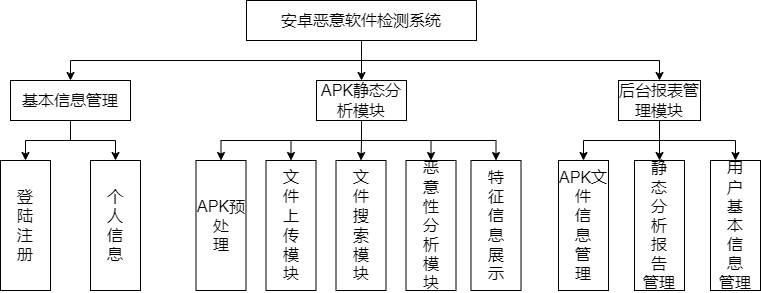
Earlier version of the draw.io export 系统功能结构图.png (sunray42/diagrams). Source tidied: cells renumbered, new cells last; positions are measured from the earlier drawing's top-left corner, leaving out a move shared by most shapes.
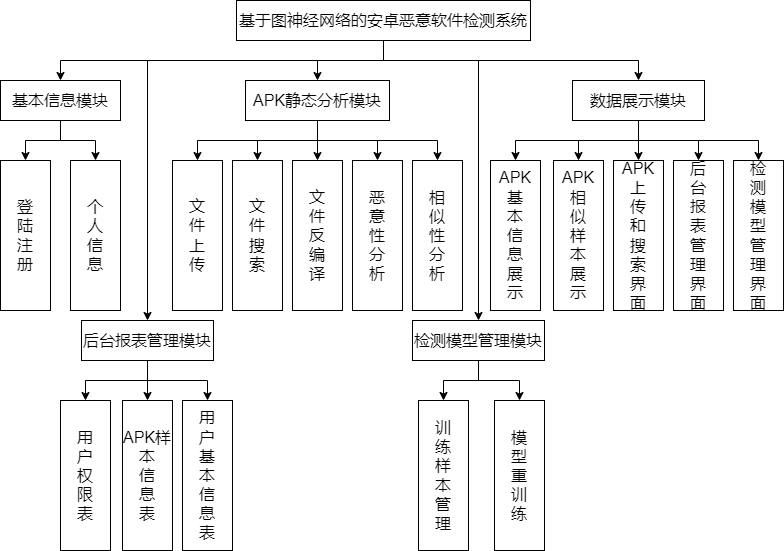
The same file after the commit.

Commit message:
更新系统功能结构图.png

Diff of the diagram source:
```diff
@@ -8,11 +8,27 @@
     <mxCell id="3" style="edgeStyle=orthogonalEdgeStyle;rounded=0;jettySize=auto;html=1;exitX=0.5;exitY=1;exitDx=0;exitDy=0;entryX=0.5;entryY=0;entryDx=0;entryDy=0;" parent="1" edge="1" source="5" target="14">
       <mxGeometry relative="1" as="geometry" />
     </mxCell>
+    <mxCell id="29" style="edgeStyle=orthogonalEdgeStyle;rounded=0;jettySize=auto;html=1;exitX=0.5;exitY=1;exitDx=0;exitDy=0;entryX=0.5;entryY=0;entryDx=0;entryDy=0;" parent="1" edge="1" source="5" target="41">
+      <mxGeometry relative="1" as="geometry" />
+    </mxCell>
+    <mxCell id="30" style="edgeStyle=orthogonalEdgeStyle;rounded=0;jettySize=auto;html=1;exitX=0.5;exitY=1;exitDx=0;exitDy=0;entryX=0.5;entryY=0;entryDx=0;entryDy=0;" parent="1" edge="1" source="5" target="33">
+      <mxGeometry relative="1" as="geometry">
+        <Array as="points">
+          <mxPoint x="393" y="60" />
+          <mxPoint x="488" y="60" />
+        </Array>
+      </mxGeometry>
+    </mxCell>
     <mxCell id="4" style="edgeStyle=orthogonalEdgeStyle;rounded=0;jettySize=auto;html=1;exitX=0.5;exitY=1;exitDx=0;exitDy=0;entryX=0.5;entryY=0;entryDx=0;entryDy=0;" parent="1" edge="1" source="5" target="18">
-      <mxGeometry relative="1" as="geometry" />
+      <mxGeometry relative="1" as="geometry">
+        <Array as="points">
+          <mxPoint x="393" y="60" />
+          <mxPoint x="157" y="60" />
+        </Array>
+      </mxGeometry>
     </mxCell>
-    <mxCell id="5" value="&lt;font style=&quot;font-size: 16px&quot;&gt;安卓恶意软件检测系统&lt;/font&gt;" style="rounded=0;whiteSpace=wrap;html=1;" parent="1" vertex="1">
-      <mxGeometry x="246" width="230" height="40" as="geometry" />
+    <mxCell id="5" value="&lt;font style=&quot;font-size: 16px&quot;&gt;基于图神经网络的安卓恶意软件检测系统&lt;/font&gt;" style="rounded=0;whiteSpace=wrap;html=1;" parent="1" vertex="1">
+      <mxGeometry x="246" width="294" height="40" as="geometry" />
     </mxCell>
     <mxCell id="6" style="edgeStyle=orthogonalEdgeStyle;rounded=0;jettySize=auto;html=1;exitX=0.5;exitY=1;exitDx=0;exitDy=0;entryX=0.5;entryY=0;entryDx=0;entryDy=0;" parent="1" edge="1" source="8" target="19">
       <mxGeometry relative="1" as="geometry" />
@@ -20,7 +36,7 @@
     <mxCell id="7" style="edgeStyle=orthogonalEdgeStyle;rounded=0;jettySize=auto;html=1;exitX=0.5;exitY=1;exitDx=0;exitDy=0;entryX=0.5;entryY=0;entryDx=0;entryDy=0;" parent="1" edge="1" source="8" target="20">
       <mxGeometry relative="1" as="geometry" />
     </mxCell>
-    <mxCell id="8" value="&lt;font style=&quot;font-size: 16px&quot;&gt;基本信息管理&lt;/font&gt;" style="rounded=0;whiteSpace=wrap;html=1;" parent="1" vertex="1">
+    <mxCell id="8" value="&lt;span style=&quot;font-size: 16px;&quot;&gt;基本信息模块&lt;/span&gt;" style="rounded=0;whiteSpace=wrap;html=1;" parent="1" vertex="1">
       <mxGeometry x="10" y="80" width="120" height="40" as="geometry" />
     </mxCell>
     <mxCell id="9" style="edgeStyle=orthogonalEdgeStyle;rounded=0;jettySize=auto;html=1;exitX=0.5;exitY=1;exitDx=0;exitDy=0;entryX=0.5;entryY=0;entryDx=0;entryDy=0;" parent="1" edge="1" source="14" target="21">
@@ -39,7 +55,7 @@
       <mxGeometry relative="1" as="geometry" />
     </mxCell>
     <mxCell id="14" value="&lt;font style=&quot;font-size: 16px&quot;&gt;APK静态分析模块&lt;/font&gt;" style="rounded=0;whiteSpace=wrap;html=1;" parent="1" vertex="1">
-      <mxGeometry x="316" y="80" width="90" height="40" as="geometry" />
+      <mxGeometry x="255" y="80" width="144" height="40" as="geometry" />
     </mxCell>
     <mxCell id="15" style="edgeStyle=orthogonalEdgeStyle;rounded=0;jettySize=auto;html=1;exitX=0.5;exitY=1;exitDx=0;exitDy=0;entryX=0.5;entryY=0;entryDx=0;entryDy=0;" parent="1" edge="1" source="18" target="25">
       <mxGeometry relative="1" as="geometry" />
@@ -51,37 +67,85 @@
       <mxGeometry relative="1" as="geometry" />
     </mxCell>
     <mxCell id="18" value="&lt;font style=&quot;font-size: 16px&quot;&gt;后台报表管理模块&lt;/font&gt;" style="rounded=0;whiteSpace=wrap;html=1;" parent="1" vertex="1">
-      <mxGeometry x="618" y="80" width="82" height="40" as="geometry" />
+      <mxGeometry x="91" y="320" width="132" height="40" as="geometry" />
     </mxCell>
     <mxCell id="19" value="&lt;font style=&quot;font-size: 16px&quot;&gt;登&lt;br&gt;陆&lt;br&gt;注&lt;br&gt;册&lt;/font&gt;" style="rounded=0;whiteSpace=wrap;html=1;" parent="1" vertex="1">
-      <mxGeometry y="160" width="50" height="130" as="geometry" />
+      <mxGeometry x="10" y="160" width="50" height="150" as="geometry" />
     </mxCell>
-    <mxCell id="20" value="&lt;span style=&quot;font-size: 16px&quot;&gt;个&lt;br&gt;人&lt;br&gt;信&lt;br&gt;息&lt;/span&gt;" style="rounded=0;whiteSpace=wrap;html=1;" parent="1" vertex="1">
-      <mxGeometry x="90" y="160" width="50" height="130" as="geometry" />
+    <mxCell id="20" value="&lt;span style=&quot;font-size: 16px&quot;&gt;个&lt;br&gt;人&lt;br&gt;信&lt;br&gt;息&lt;br&gt;&lt;/span&gt;" style="rounded=0;whiteSpace=wrap;html=1;" parent="1" vertex="1">
+      <mxGeometry x="80" y="160" width="50" height="150" as="geometry" />
     </mxCell>
-    <mxCell id="21" value="&lt;span style=&quot;font-size: 16px;&quot;&gt;APK预&lt;br&gt;处&lt;br&gt;理&lt;/span&gt;" style="rounded=0;whiteSpace=wrap;html=1;" parent="1" vertex="1">
-      <mxGeometry x="195.5" y="160" width="50" height="130" as="geometry" />
+    <mxCell id="21" value="&lt;span style=&quot;font-size: 16px;&quot;&gt;文&lt;br&gt;件&lt;br&gt;反&lt;br&gt;编&lt;br&gt;译&lt;br&gt;&lt;/span&gt;" style="rounded=0;whiteSpace=wrap;html=1;" parent="1" vertex="1">
+      <mxGeometry x="302" y="160" width="50" height="150" as="geometry" />
     </mxCell>
-    <mxCell id="22" value="&lt;span style=&quot;font-size: 16px;&quot;&gt;文&lt;br&gt;件&lt;br&gt;上&lt;br&gt;传&lt;br&gt;模&lt;br&gt;块&lt;/span&gt;" style="rounded=0;whiteSpace=wrap;html=1;" parent="1" vertex="1">
-      <mxGeometry x="265.5" y="160" width="50" height="130" as="geometry" />
+    <mxCell id="22" value="&lt;span style=&quot;font-size: 16px;&quot;&gt;文&lt;br&gt;件&lt;br&gt;上&lt;br&gt;传&lt;br&gt;&lt;/span&gt;" style="rounded=0;whiteSpace=wrap;html=1;" parent="1" vertex="1">
+      <mxGeometry x="182" y="160" width="50" height="150" as="geometry" />
     </mxCell>
-    <mxCell id="23" value="&lt;span style=&quot;font-size: 16px;&quot;&gt;文&lt;br&gt;件&lt;br&gt;搜&lt;br&gt;索&lt;br&gt;模&lt;br&gt;块&lt;/span&gt;" style="rounded=0;whiteSpace=wrap;html=1;" parent="1" vertex="1">
-      <mxGeometry x="335.5" y="160" width="50" height="130" as="geometry" />
+    <mxCell id="23" value="&lt;span style=&quot;font-size: 16px;&quot;&gt;文&lt;br&gt;件&lt;br&gt;搜&lt;br&gt;索&lt;br&gt;&lt;/span&gt;" style="rounded=0;whiteSpace=wrap;html=1;" parent="1" vertex="1">
+      <mxGeometry x="242" y="160" width="50" height="150" as="geometry" />
     </mxCell>
-    <mxCell id="24" value="&lt;span style=&quot;font-size: 16px&quot;&gt;恶&lt;br&gt;意&lt;br&gt;性&lt;br&gt;分&lt;br&gt;析&lt;br&gt;模&lt;br&gt;块&lt;br&gt;&lt;/span&gt;" style="rounded=0;whiteSpace=wrap;html=1;" parent="1" vertex="1">
-      <mxGeometry x="405.5" y="160" width="50" height="130" as="geometry" />
+    <mxCell id="24" value="&lt;span style=&quot;font-size: 16px&quot;&gt;恶&lt;br&gt;意&lt;br&gt;性&lt;br&gt;分&lt;br&gt;析&lt;br&gt;&lt;/span&gt;" style="rounded=0;whiteSpace=wrap;html=1;" parent="1" vertex="1">
+      <mxGeometry x="362" y="160" width="50" height="150" as="geometry" />
     </mxCell>
-    <mxCell id="25" value="&lt;span style=&quot;font-size: 16px;&quot;&gt;APK文&lt;br&gt;件&lt;br&gt;信&lt;br&gt;息&lt;br&gt;管&lt;br&gt;理&lt;/span&gt;" style="rounded=0;whiteSpace=wrap;html=1;" parent="1" vertex="1">
-      <mxGeometry x="558" y="160" width="50" height="130" as="geometry" />
+    <mxCell id="25" value="&lt;span style=&quot;font-size: 16px;&quot;&gt;用&lt;br&gt;户&lt;br&gt;权&lt;br&gt;限&lt;br&gt;表&lt;br&gt;&lt;/span&gt;" style="rounded=0;whiteSpace=wrap;html=1;" parent="1" vertex="1">
+      <mxGeometry x="70" y="400" width="50" height="150" as="geometry" />
     </mxCell>
-    <mxCell id="26" value="&lt;span style=&quot;font-size: 16px&quot;&gt;静&lt;br&gt;态&lt;br&gt;分&lt;br&gt;析&lt;br&gt;报&lt;br&gt;告&lt;br&gt;管理&lt;br&gt;&lt;/span&gt;" style="rounded=0;whiteSpace=wrap;html=1;" parent="1" vertex="1">
-      <mxGeometry x="634" y="160" width="50" height="130" as="geometry" />
+    <mxCell id="26" value="&lt;span style=&quot;font-size: 16px&quot;&gt;APK样&lt;br&gt;本&lt;br&gt;信&lt;br&gt;息&lt;br&gt;表&lt;br&gt;&lt;/span&gt;" style="rounded=0;whiteSpace=wrap;html=1;" parent="1" vertex="1">
+      <mxGeometry x="132" y="400" width="50" height="150" as="geometry" />
     </mxCell>
-    <mxCell id="27" value="&lt;span style=&quot;font-size: 16px&quot;&gt;用&lt;br&gt;户&lt;br&gt;基&lt;br&gt;本&lt;br&gt;信&lt;br&gt;息&lt;br&gt;管理&lt;br&gt;&lt;/span&gt;" style="rounded=0;whiteSpace=wrap;html=1;" parent="1" vertex="1">
-      <mxGeometry x="710" y="160" width="50" height="130" as="geometry" />
+    <mxCell id="27" value="&lt;span style=&quot;font-size: 16px&quot;&gt;用&lt;br&gt;户&lt;br&gt;基&lt;br&gt;本&lt;br&gt;信&lt;br&gt;息&lt;br&gt;表&lt;br&gt;&lt;/span&gt;" style="rounded=0;whiteSpace=wrap;html=1;" parent="1" vertex="1">
+      <mxGeometry x="192" y="400" width="50" height="150" as="geometry" />
     </mxCell>
-    <mxCell id="28" value="&lt;span style=&quot;font-size: 16px;&quot;&gt;特&lt;br&gt;征&lt;br&gt;信&lt;br&gt;息&lt;br&gt;展&lt;br&gt;示&lt;/span&gt;" style="rounded=0;whiteSpace=wrap;html=1;" parent="1" vertex="1">
-      <mxGeometry x="470.5" y="160" width="50" height="130" as="geometry" />
+    <mxCell id="28" value="&lt;span style=&quot;font-size: 16px;&quot;&gt;相&lt;br&gt;似&lt;br&gt;性&lt;br&gt;分&lt;br&gt;析&lt;br&gt;&lt;/span&gt;" style="rounded=0;whiteSpace=wrap;html=1;" parent="1" vertex="1">
+      <mxGeometry x="422" y="160" width="50" height="150" as="geometry" />
     </mxCell>
+    <mxCell id="31" style="edgeStyle=orthogonalEdgeStyle;rounded=0;jettySize=auto;html=1;exitX=0.5;exitY=1;exitDx=0;exitDy=0;entryX=0.5;entryY=0;entryDx=0;entryDy=0;" parent="1" edge="1" source="33" target="34">
+      <mxGeometry relative="1" as="geometry" />
+    </mxCell>
+    <mxCell id="32" style="edgeStyle=orthogonalEdgeStyle;rounded=0;jettySize=auto;html=1;exitX=0.5;exitY=1;exitDx=0;exitDy=0;entryX=0.5;entryY=0;entryDx=0;entryDy=0;" parent="1" edge="1" source="33" target="35">
+      <mxGeometry relative="1" as="geometry" />
+    </mxCell>
+    <mxCell id="33" value="&lt;font style=&quot;font-size: 16px&quot;&gt;检测模型管理模块&lt;/font&gt;" style="rounded=0;whiteSpace=wrap;html=1;" parent="1" vertex="1">
+      <mxGeometry x="422" y="320" width="132" height="40" as="geometry" />
+    </mxCell>
+    <mxCell id="34" value="&lt;span style=&quot;font-size: 16px;&quot;&gt;训&lt;br&gt;练&lt;br&gt;样&lt;br&gt;本&lt;br&gt;管&lt;br&gt;理&lt;/span&gt;" style="rounded=0;whiteSpace=wrap;html=1;" parent="1" vertex="1">
+      <mxGeometry x="428" y="400" width="50" height="150" as="geometry" />
+    </mxCell>
+    <mxCell id="35" value="&lt;span style=&quot;font-size: 16px&quot;&gt;模&lt;br&gt;型&lt;br&gt;重&lt;br&gt;训&lt;br&gt;练&lt;br&gt;&lt;/span&gt;" style="rounded=0;whiteSpace=wrap;html=1;" parent="1" vertex="1">
+      <mxGeometry x="504" y="400" width="50" height="150" as="geometry" />
+    </mxCell>
+    <mxCell id="36" style="edgeStyle=orthogonalEdgeStyle;rounded=0;jettySize=auto;html=1;exitX=0.5;exitY=1;exitDx=0;exitDy=0;entryX=0.5;entryY=0;entryDx=0;entryDy=0;" parent="1" edge="1" source="41" target="42">
+      <mxGeometry relative="1" as="geometry" />
+    </mxCell>
+    <mxCell id="37" style="edgeStyle=orthogonalEdgeStyle;rounded=0;jettySize=auto;html=1;exitX=0.5;exitY=1;exitDx=0;exitDy=0;entryX=0.5;entryY=0;entryDx=0;entryDy=0;" parent="1" edge="1" source="41" target="43">
+      <mxGeometry relative="1" as="geometry" />
+    </mxCell>
+    <mxCell id="38" style="edgeStyle=orthogonalEdgeStyle;rounded=0;jettySize=auto;html=1;exitX=0.5;exitY=1;exitDx=0;exitDy=0;entryX=0.5;entryY=0;entryDx=0;entryDy=0;" parent="1" edge="1" source="41" target="44">
+      <mxGeometry relative="1" as="geometry" />
+    </mxCell>
+    <mxCell id="39" style="edgeStyle=orthogonalEdgeStyle;rounded=0;jettySize=auto;html=1;exitX=0.5;exitY=1;exitDx=0;exitDy=0;entryX=0.5;entryY=0;entryDx=0;entryDy=0;" parent="1" edge="1" source="41" target="45">
+      <mxGeometry relative="1" as="geometry" />
+    </mxCell>
+    <mxCell id="40" style="edgeStyle=orthogonalEdgeStyle;rounded=0;jettySize=auto;html=1;exitX=0.5;exitY=1;exitDx=0;exitDy=0;entryX=0.5;entryY=0;entryDx=0;entryDy=0;" parent="1" edge="1" source="41" target="46">
+      <mxGeometry relative="1" as="geometry" />
+    </mxCell>
+    <mxCell id="41" value="&lt;font style=&quot;font-size: 16px&quot;&gt;数据展示模块&lt;/font&gt;" style="rounded=0;whiteSpace=wrap;html=1;" parent="1" vertex="1">
+      <mxGeometry x="582" y="80" width="132" height="40" as="geometry" />
+    </mxCell>
+    <mxCell id="42" value="&lt;span style=&quot;font-size: 16px;&quot;&gt;APK&lt;br&gt;基&lt;br&gt;本&lt;br&gt;信&lt;br&gt;息&lt;br&gt;展&lt;br&gt;示&lt;/span&gt;" style="rounded=0;whiteSpace=wrap;html=1;" parent="1" vertex="1">
+      <mxGeometry x="500" y="160" width="50" height="150" as="geometry" />
+    </mxCell>
+    <mxCell id="43" value="&lt;span style=&quot;font-size: 16px&quot;&gt;APK&lt;br&gt;相&lt;br&gt;似&lt;br&gt;样&lt;br&gt;本&lt;br&gt;展&lt;br&gt;示&lt;br&gt;&lt;/span&gt;" style="rounded=0;whiteSpace=wrap;html=1;" parent="1" vertex="1">
+      <mxGeometry x="563" y="160" width="50" height="150" as="geometry" />
+    </mxCell>
+    <mxCell id="44" value="&lt;span style=&quot;font-size: 16px&quot;&gt;APK&lt;br&gt;上&lt;br&gt;传&lt;br&gt;和&lt;br&gt;搜&lt;br&gt;索&lt;br&gt;界&lt;br&gt;面&lt;br&gt;&lt;/span&gt;" style="rounded=0;whiteSpace=wrap;html=1;" parent="1" vertex="1">
+      <mxGeometry x="623" y="160" width="50" height="150" as="geometry" />
+    </mxCell>
+    <mxCell id="45" value="&lt;span style=&quot;font-size: 16px&quot;&gt;后&lt;br&gt;台&lt;br&gt;报&lt;br&gt;表&lt;br&gt;管&lt;br&gt;理&lt;br&gt;界&lt;br&gt;面&lt;br&gt;&lt;/span&gt;" style="rounded=0;whiteSpace=wrap;html=1;" parent="1" vertex="1">
+      <mxGeometry x="683" y="160" width="50" height="150" as="geometry" />
+    </mxCell>
+    <mxCell id="46" value="&lt;span style=&quot;font-size: 16px&quot;&gt;检&lt;br&gt;测&lt;br&gt;模&lt;br&gt;型&lt;br&gt;管&lt;br&gt;理&lt;br&gt;界&lt;br&gt;面&lt;br&gt;&lt;/span&gt;" style="rounded=0;whiteSpace=wrap;html=1;" parent="1" vertex="1">
+      <mxGeometry x="743" y="160" width="50" height="150" as="geometry" />
+    </mxCell>
   </root>
 </mxGraphModel>
```
